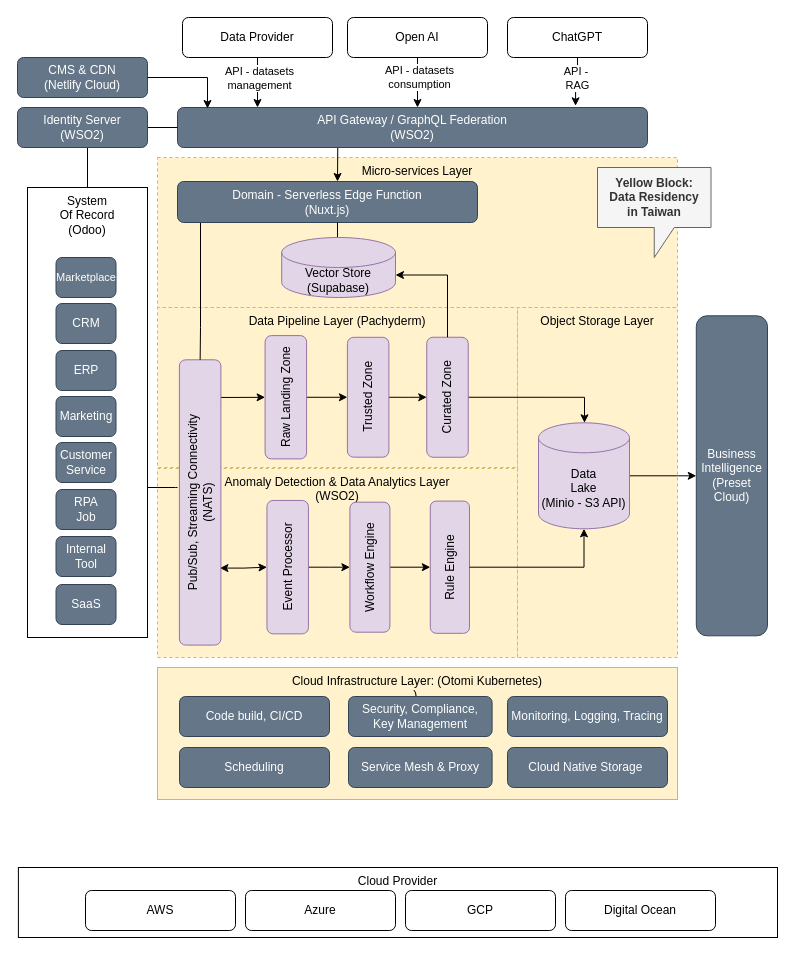
The draw.io diagram master.drawio in man-chi/kata, before the edit. Source tidied: cells renumbered, new cells numbered last; positions are measured from the earlier drawing's top-left corner, leaving out a move shared by most shapes. Both pictures are drawn from the tidied source at 100%, with x=0, y=0 at pixel (17, 17).
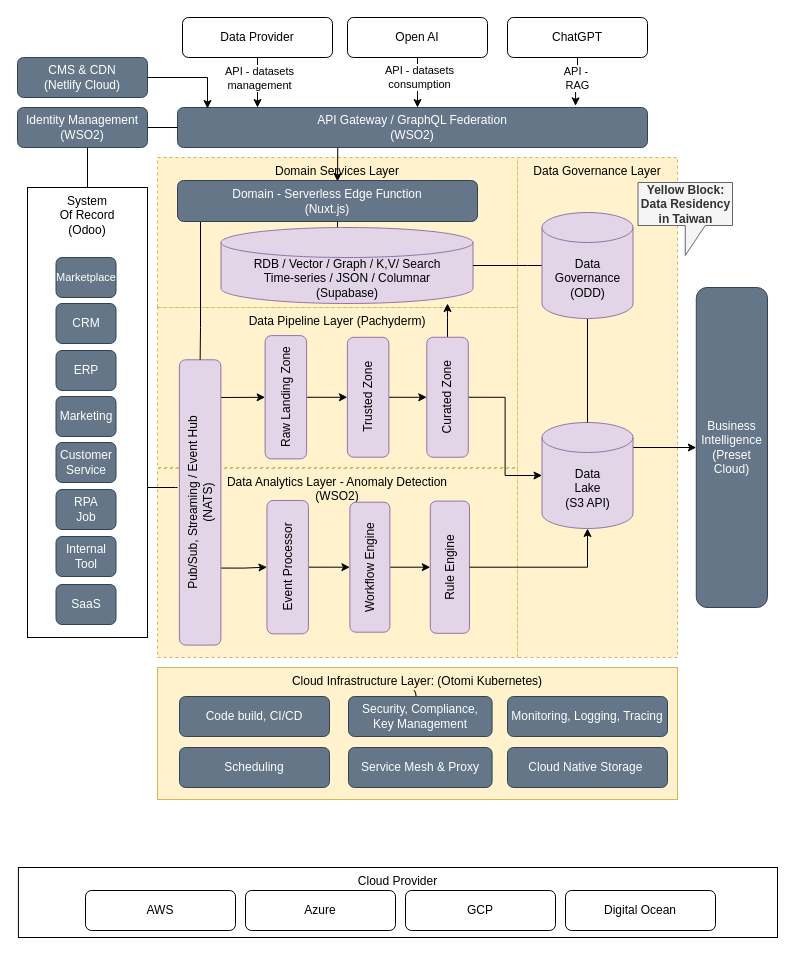
Above is the later version.

Unchanged cells that the change refers to:
```xml
<mxCell id="29" value="Curated Zone" style="rounded=1;whiteSpace=wrap;html=1;fillColor=#e1d5e7;strokeColor=#9673a6;rotation=-90;" parent="1" vertex="1">
  <mxGeometry x="370" y="359" width="120" height="41.5" as="geometry" />
</mxCell>
<mxCell id="32" value="Rule Engine" style="rounded=1;whiteSpace=wrap;html=1;fillColor=#e1d5e7;strokeColor=#9673a6;rotation=-90;" parent="1" vertex="1">
  <mxGeometry x="366.3" y="530.1" width="132.2" height="39.2" as="geometry" />
</mxCell>
<mxCell id="36" value="Event Processor" style="rounded=1;whiteSpace=wrap;html=1;fillColor=#e1d5e7;strokeColor=#9673a6;rotation=-90;" parent="1" vertex="1">
  <mxGeometry x="203.5" y="528.9" width="133.4" height="41.5" as="geometry" />
</mxCell>
```

Change to the diagram source:
```diff
@@
+    <mxCell id="4" value="Domain Services Layer" style="rounded=0;whiteSpace=wrap;html=1;align=center;verticalAlign=top;strokeColor=#d6b656;fillColor=#fff2cc;dashed=1;" parent="1" vertex="1">
+      <mxGeometry x="140" y="140" width="360" height="150" as="geometry" />
+    </mxCell>
@@
-    <mxCell id="3" value="Object Storage Layer" style="rounded=0;whiteSpace=wrap;html=1;align=center;verticalAlign=top;strokeColor=#d6b656;fillColor=#fff2cc;dashed=1;" parent="1" vertex="1">
-      <mxGeometry x="500" y="290" width="160" height="350" as="geometry" />
+    <mxCell id="3" value="Data Governance Layer" style="rounded=0;whiteSpace=wrap;html=1;align=center;verticalAlign=top;strokeColor=#d6b656;fillColor=#fff2cc;dashed=1;" parent="1" vertex="1">
+      <mxGeometry x="500" y="140" width="160" height="500" as="geometry" />
     </mxCell>
-    <mxCell id="4" value="Micro-services Layer" style="rounded=0;whiteSpace=wrap;html=1;align=center;verticalAlign=top;strokeColor=#d6b656;fillColor=#fff2cc;dashed=1;" parent="1" vertex="1">
-      <mxGeometry x="140" y="140" width="520" height="150" as="geometry" />
-    </mxCell>
@@
-    <mxCell id="6" value="Anomaly Detection &amp;amp; Data Analytics Layer&lt;br&gt;(WSO2)" style="rounded=0;whiteSpace=wrap;html=1;align=center;verticalAlign=top;strokeColor=#d6b656;fillColor=#fff2cc;dashed=1;" parent="1" vertex="1">
+    <mxCell id="6" value="Data Analytics Layer - Anomaly Detection&lt;br&gt;(WSO2)" style="rounded=0;whiteSpace=wrap;html=1;align=center;verticalAlign=top;strokeColor=#d6b656;fillColor=#fff2cc;dashed=1;" parent="1" vertex="1">
       <mxGeometry x="140" y="451" width="360" height="189" as="geometry" />
     </mxCell>
@@
-    <mxCell id="20" style="edgeStyle=orthogonalEdgeStyle;rounded=0;jettySize=auto;html=1;exitX=0.27;exitY=0.977;exitDx=0;exitDy=0;exitPerimeter=0;startArrow=classic;startFill=1;" parent="1" edge="1" source="21" target="36">
+    <mxCell id="20" style="edgeStyle=orthogonalEdgeStyle;rounded=0;jettySize=auto;html=1;exitX=0.27;exitY=0.977;exitDx=0;exitDy=0;exitPerimeter=0;startArrow=none;startFill=0;" parent="1" edge="1" source="21" target="36">
       <mxGeometry relative="1" as="geometry" />
     </mxCell>
-    <mxCell id="21" value="Pub/Sub, Streaming Connectivity &lt;br&gt;(NATS)" style="rounded=1;whiteSpace=wrap;html=1;fillColor=#e1d5e7;strokeColor=#9673a6;rotation=-90;" parent="1" vertex="1">
+    <mxCell id="21" value="Pub/Sub, Streaming / Event Hub&lt;br&gt;(NATS)" style="rounded=1;whiteSpace=wrap;html=1;fillColor=#e1d5e7;strokeColor=#9673a6;rotation=-90;" parent="1" vertex="1">
       <mxGeometry x="40" y="464.2" width="285.3" height="41.5" as="geometry" />
     </mxCell>
@@
     <mxCell id="23" value="Domain - Serverless Edge Function&lt;br&gt;(Nuxt.js)" style="rounded=1;whiteSpace=wrap;html=1;fillColor=#647687;strokeColor=#314354;fontColor=#ffffff;" parent="1" vertex="1">
-      <mxGeometry x="160" y="164" width="300" height="41" as="geometry" />
+      <mxGeometry x="160" y="163" width="300" height="41" as="geometry" />
     </mxCell>
@@
+    <mxCell id="49" style="edgeStyle=orthogonalEdgeStyle;rounded=0;jettySize=auto;html=1;" parent="1" edge="1" source="29" target="58">
+      <mxGeometry relative="1" as="geometry">
+        <Array as="points">
+          <mxPoint x="430" y="300" />
+          <mxPoint x="430" y="300" />
+        </Array>
+      </mxGeometry>
+    </mxCell>
-    <mxCell id="28" style="edgeStyle=orthogonalEdgeStyle;rounded=0;jettySize=auto;html=1;fontColor=#000099;startArrow=none;startFill=0;endArrow=classic;endFill=1;exitX=0.5;exitY=1;exitDx=0;exitDy=0;" parent="1" edge="1" source="29" target="31">
-      <mxGeometry relative="1" as="geometry">
-        <Array as="points">
-          <mxPoint x="567" y="380" />
-        </Array>
-      </mxGeometry>
+    <mxCell id="28" style="edgeStyle=orthogonalEdgeStyle;rounded=0;jettySize=auto;html=1;" parent="1" edge="1" source="29" target="31">
+      <mxGeometry relative="1" as="geometry" />
     </mxCell>
@@
     <mxCell id="30" style="edgeStyle=orthogonalEdgeStyle;rounded=0;jettySize=auto;html=1;entryX=0;entryY=0.5;entryDx=0;entryDy=0;" parent="1" edge="1" source="31" target="39">
       <mxGeometry relative="1" as="geometry">
         <Array as="points">
-          <mxPoint x="660" y="458" />
-          <mxPoint x="660" y="458" />
+          <mxPoint x="679" y="430" />
         </Array>
       </mxGeometry>
     </mxCell>
-    <mxCell id="31" value="Data&lt;br&gt;Lake&lt;br&gt;(Minio - S3 API)" style="shape=cylinder3;whiteSpace=wrap;html=1;boundedLbl=1;backgroundOutline=1;size=15;fillStyle=auto;fillColor=#e1d5e7;strokeColor=#9673a6;" parent="1" vertex="1">
-      <mxGeometry x="521" y="405.3" width="91" height="106" as="geometry" />
+    <mxCell id="31" value="Data&lt;br&gt;Lake&lt;br&gt;(S3 API)" style="shape=cylinder3;whiteSpace=wrap;html=1;boundedLbl=1;backgroundOutline=1;size=15;fillStyle=auto;fillColor=#e1d5e7;strokeColor=#9673a6;" parent="1" vertex="1">
+      <mxGeometry x="524.5" y="405" width="91" height="106" as="geometry" />
     </mxCell>
@@
-    <mxCell id="38" value="Identity Server&lt;br&gt;(WSO2)" style="rounded=1;whiteSpace=wrap;html=1;fillColor=#647687;strokeColor=#314354;fontColor=#ffffff;" parent="1" vertex="1">
+    <mxCell id="38" value="Identity Management&lt;br&gt;(WSO2)" style="rounded=1;whiteSpace=wrap;html=1;fillColor=#647687;strokeColor=#314354;fontColor=#ffffff;" parent="1" vertex="1">
       <mxGeometry y="90" width="130" height="40" as="geometry" />
     </mxCell>
     <mxCell id="39" value="Business&lt;br&gt;Intelligence&lt;br&gt;(Preset Cloud)" style="rounded=1;whiteSpace=wrap;html=1;fillColor=#647687;strokeColor=#314354;fontColor=#ffffff;" parent="1" vertex="1">
-      <mxGeometry x="678.8" y="298.3" width="71.2" height="320" as="geometry" />
+      <mxGeometry x="678.8" y="270" width="71.2" height="320" as="geometry" />
     </mxCell>
@@
-    <mxCell id="49" style="edgeStyle=orthogonalEdgeStyle;rounded=0;jettySize=auto;html=1;entryX=1;entryY=0;entryDx=0;entryDy=37.5;entryPerimeter=0;" parent="1" edge="1" source="29" target="58">
-      <mxGeometry relative="1" as="geometry">
-        <Array as="points">
-          <mxPoint x="430" y="258" />
-        </Array>
-      </mxGeometry>
-    </mxCell>
-    <mxCell id="50" style="edgeStyle=orthogonalEdgeStyle;rounded=0;jettySize=auto;html=1;entryX=0.5;entryY=1;entryDx=0;entryDy=0;entryPerimeter=0;exitX=0.5;exitY=1;exitDx=0;exitDy=0;" parent="1" edge="1" source="32" target="31">
-      <mxGeometry relative="1" as="geometry" />
+    <mxCell id="50" style="edgeStyle=orthogonalEdgeStyle;rounded=0;jettySize=auto;html=1;exitX=0.5;exitY=1;exitDx=0;exitDy=0;" parent="1" edge="1" source="32" target="31">
+      <mxGeometry relative="1" as="geometry">
+        <Array as="points">
+          <mxPoint x="570" y="550" />
+        </Array>
+      </mxGeometry>
     </mxCell>
@@
-    <mxCell id="58" value="Vector Store&lt;br&gt;(Supabase)" style="shape=cylinder3;whiteSpace=wrap;html=1;boundedLbl=1;backgroundOutline=1;size=15;fillStyle=auto;fillColor=#e1d5e7;strokeColor=#9673a6;" parent="1" vertex="1">
-      <mxGeometry x="264.2" y="220" width="113.8" height="60" as="geometry" />
+    <mxCell id="58" value="RDB / Vector / Graph / K,V/ Search&lt;br&gt;Time-series / JSON / Columnar&lt;br&gt;(Supabase)" style="shape=cylinder3;whiteSpace=wrap;html=1;boundedLbl=1;backgroundOutline=1;size=15;fillStyle=auto;fillColor=#e1d5e7;strokeColor=#9673a6;" parent="1" vertex="1">
+      <mxGeometry x="203.5" y="210" width="252" height="76" as="geometry" />
     </mxCell>
@@
     <mxCell id="68" value="&lt;b&gt;Yellow Block:&lt;br&gt;&lt;/b&gt;&lt;div&gt;&lt;b&gt;Data Residency&lt;/b&gt;&lt;/div&gt;&lt;b&gt;in Taiwan&lt;/b&gt;" style="shape=callout;whiteSpace=wrap;html=1;perimeter=calloutPerimeter;fillColor=#f5f5f5;fontColor=#333333;strokeColor=#666666;" parent="1" vertex="1">
-      <mxGeometry x="580" y="150" width="113.5" height="90" as="geometry" />
+      <mxGeometry x="620.5" y="165" width="94.5" height="73" as="geometry" />
     </mxCell>
@@
+    <mxCell id="70" style="edgeStyle=orthogonalEdgeStyle;rounded=0;jettySize=auto;html=1;endArrow=none;endFill=0;" parent="1" edge="1" source="72" target="58">
+      <mxGeometry relative="1" as="geometry">
+        <Array as="points">
+          <mxPoint x="510" y="248" />
+          <mxPoint x="510" y="248" />
+        </Array>
+      </mxGeometry>
+    </mxCell>
+    <mxCell id="71" style="edgeStyle=orthogonalEdgeStyle;rounded=0;jettySize=auto;html=1;endArrow=none;endFill=0;" parent="1" edge="1" source="72" target="31">
+      <mxGeometry relative="1" as="geometry" />
+    </mxCell>
+    <mxCell id="72" value="Data&lt;br&gt;Governance&lt;br&gt;(ODD)" style="shape=cylinder3;whiteSpace=wrap;html=1;boundedLbl=1;backgroundOutline=1;size=15;fillStyle=auto;fillColor=#e1d5e7;strokeColor=#9673a6;" parent="1" vertex="1">
+      <mxGeometry x="524.5" y="195" width="91" height="106" as="geometry" />
+    </mxCell>
```
